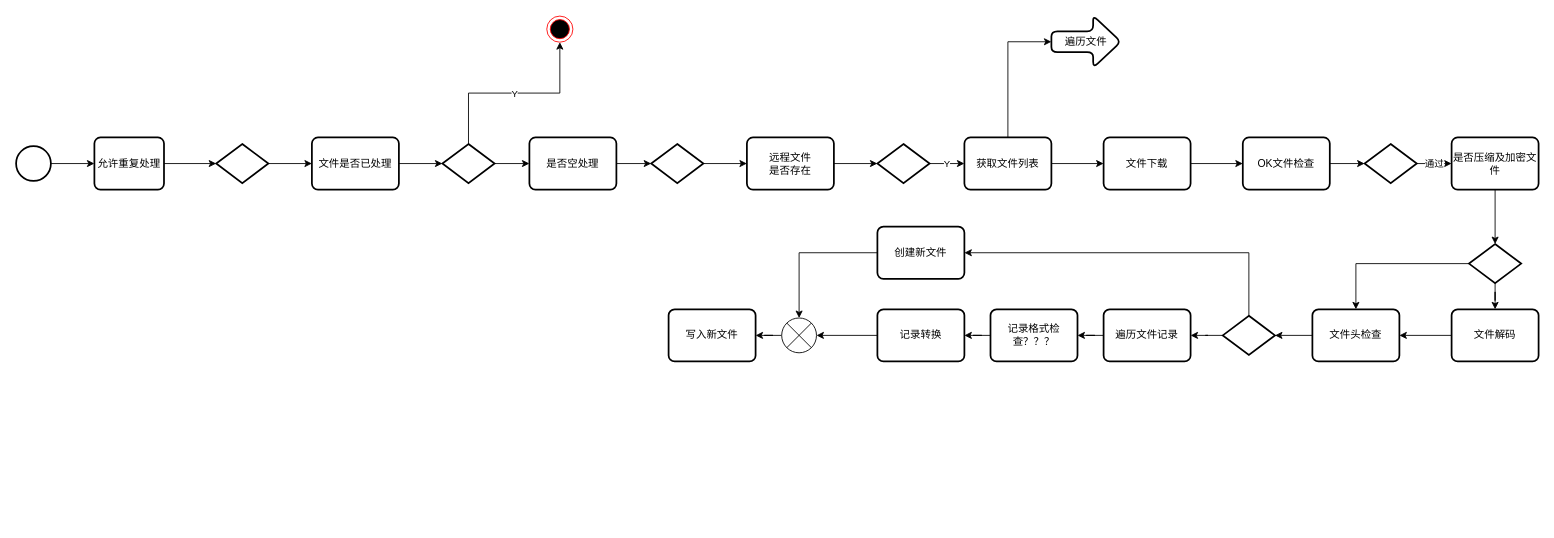
Before: page "Page-5" (5 of 5) of diagrams.net/DDDtest.drawio in ZhengweiHou/simplegit, a draw.io diagram. Source tidied: cells renumbered, new cells numbered last; positions are measured from the earlier drawing's top-left corner, leaving out a move shared by most shapes. Both pictures are drawn from the tidied source at 87%, with x=0, y=0 at pixel (16, 16).
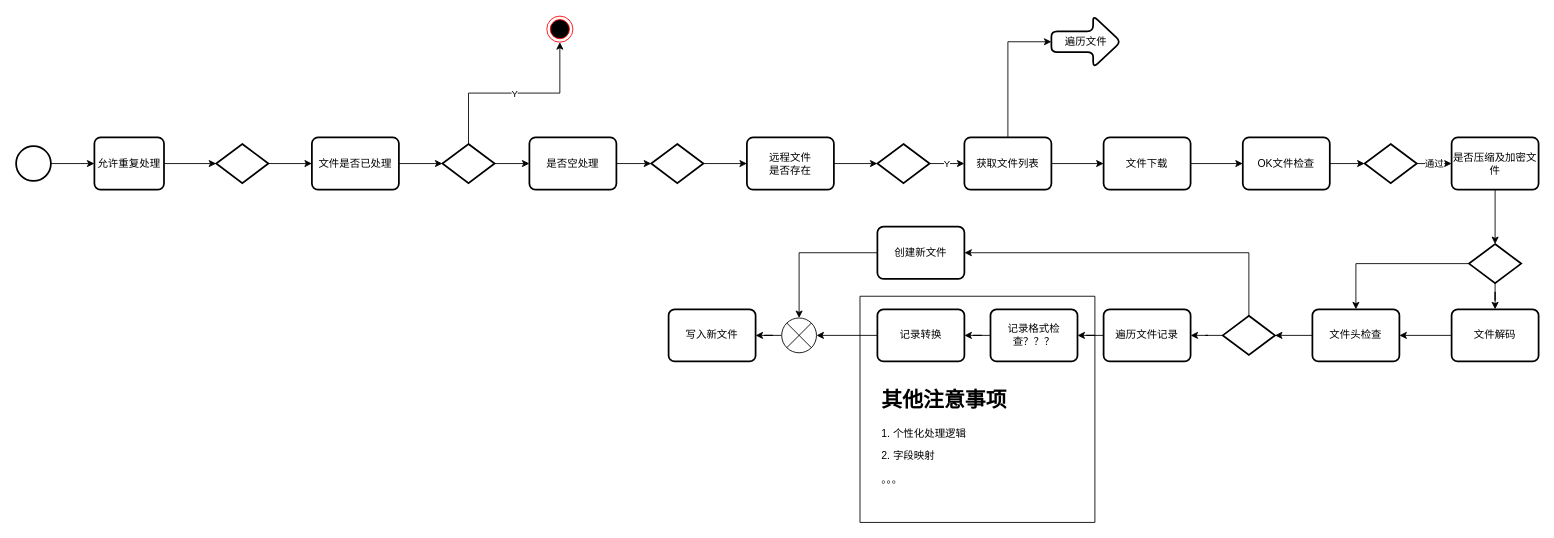
Above is the later version.

What changed in the source:
```diff
@@
+    <mxCell id="55" parent="0" />
+    <mxCell id="56" style="verticalLabelPosition=bottom;verticalAlign=top;html=1;shape=mxgraph.basic.rect;fillColor2=none;strokeWidth=1;size=20;indent=5;fillColor=none;" parent="55" vertex="1">
+      <mxGeometry x="970" y="322" width="270" height="260" as="geometry" />
+    </mxCell>
+    <mxCell id="57" value="&lt;h1&gt;其他注意事项&lt;br&gt;&lt;/h1&gt;&lt;p&gt;1. 个性化处理逻辑&lt;/p&gt;&lt;p&gt;2. 字段映射&lt;/p&gt;&lt;p&gt;。。。&lt;br&gt;&lt;/p&gt;" style="text;html=1;strokeColor=none;fillColor=none;spacing=5;spacingTop=-20;whiteSpace=wrap;overflow=hidden;rounded=0;" parent="55" vertex="1">
+      <mxGeometry x="990" y="422" width="190" height="120" as="geometry" />
+    </mxCell>
```
